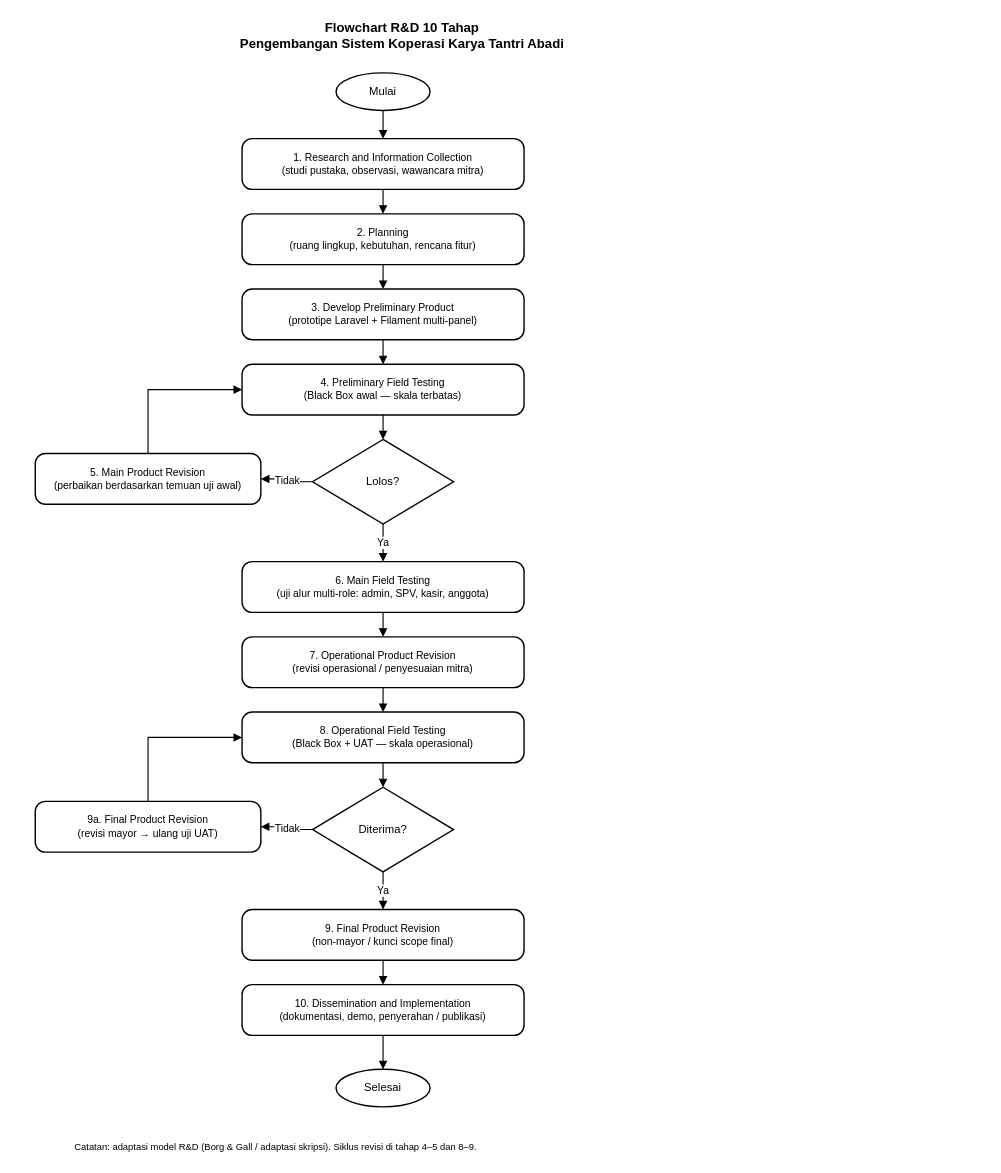
Before: assets_diagram/flowchart_rd.drawio in adrianakbar/karya_tantri_abadi, a draw.io diagram. Source tidied: cells renumbered, new cells numbered last; positions are measured from the earlier drawing's top-left corner, leaving out a move shared by most shapes. Both pictures are drawn from the tidied source at 94%, with x=0, y=0 at pixel (35, 16).
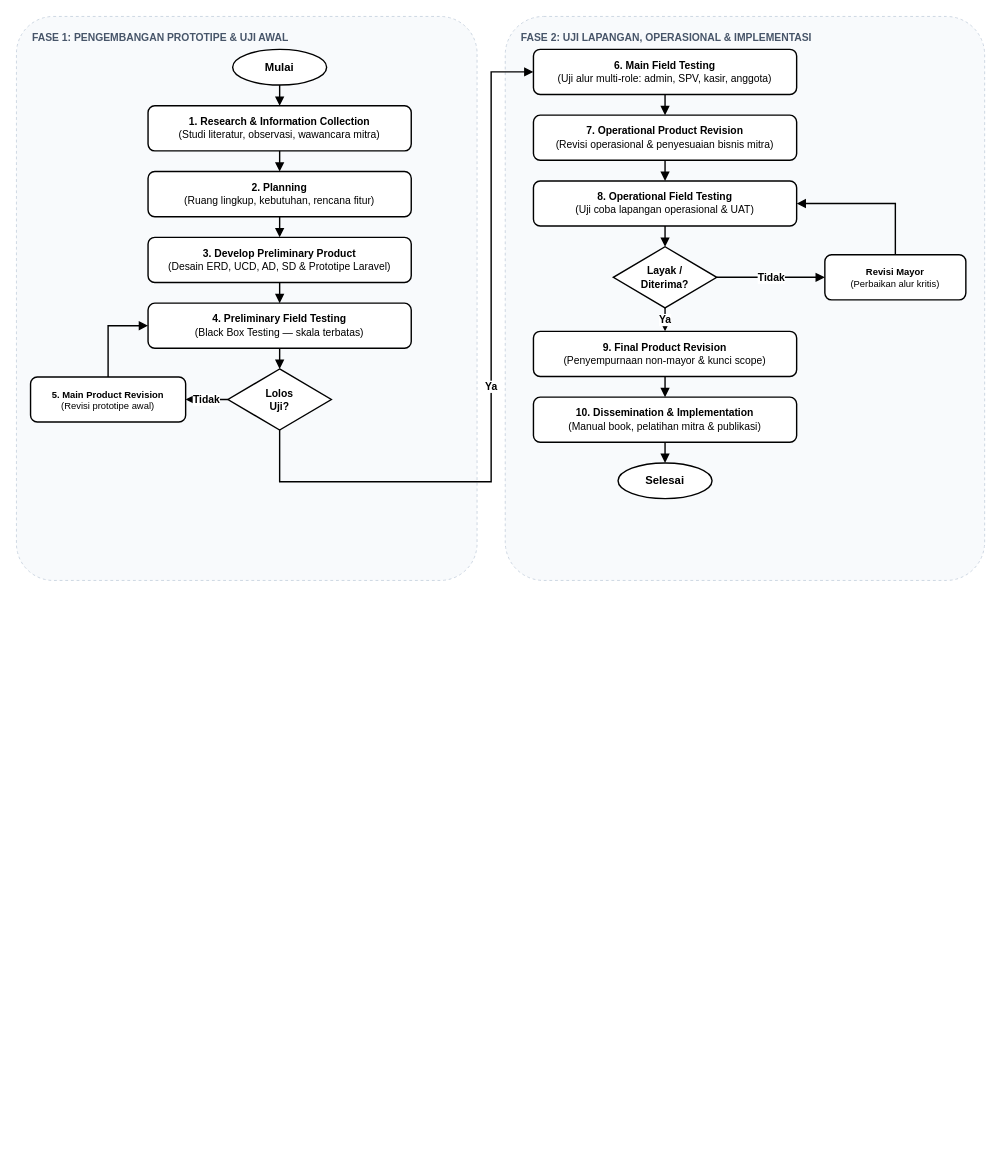
The same page after the edit.

Commit message:
docs: update flowchart rd to horizontal 2-column layout

The edit, as a diff of the source:
```diff
@@
-    <mxCell id="2" value="Flowchart R&amp;D 10 Tahap&#10;Pengembangan Sistem Koperasi Karya Tantri Abadi" style="text;html=1;strokeColor=none;fillColor=none;align=center;verticalAlign=middle;fontStyle=1;fontSize=14;fontColor=#000000;" parent="1" vertex="1">
-      <mxGeometry x="110" width="560" height="40" as="geometry" />
-    </mxCell>
+    <mxCell id="35" value="FASE 1: PENGEMBANGAN PROTOTIPE &amp; UJI AWAL" style="rounded=1;whiteSpace=wrap;html=1;arcSize=8;fillColor=#f8fafc;strokeColor=#cbd5e1;strokeWidth=1;dashed=1;verticalAlign=top;align=left;spacingLeft=15;spacingTop=10;fontSize=11;fontStyle=1;fontColor=#475569;" parent="1" vertex="1">
+      <mxGeometry x="-20" width="490" height="600" as="geometry" />
+    </mxCell>
+    <mxCell id="36" value="FASE 2: UJI LAPANGAN, OPERASIONAL &amp; IMPLEMENTASI" style="rounded=1;whiteSpace=wrap;html=1;arcSize=8;fillColor=#f8fafc;strokeColor=#cbd5e1;strokeWidth=1;dashed=1;verticalAlign=top;align=left;spacingLeft=15;spacingTop=10;fontSize=11;fontStyle=1;fontColor=#475569;" parent="1" vertex="1">
+      <mxGeometry x="500" width="510" height="600" as="geometry" />
+    </mxCell>
-    <mxCell id="3" value="Mulai" style="ellipse;whiteSpace=wrap;html=1;fillColor=#ffffff;strokeColor=#000000;strokeWidth=1.5;fontSize=12;fontColor=#000000;" parent="1" vertex="1">
-      <mxGeometry x="320" y="60" width="100" height="40" as="geometry" />
+    <mxCell id="3" value="Mulai" style="ellipse;whiteSpace=wrap;html=1;fillColor=#ffffff;strokeColor=#000000;strokeWidth=1.5;fontSize=12;fontStyle=1;fontColor=#000000;" parent="1" vertex="1">
+      <mxGeometry x="210" y="35" width="100" height="38" as="geometry" />
     </mxCell>
-    <mxCell id="4" value="1. Research and Information Collection&#10;(studi pustaka, observasi, wawancara mitra)" style="rounded=1;whiteSpace=wrap;html=1;arcSize=20;fillColor=#ffffff;strokeColor=#000000;strokeWidth=1.5;fontSize=11;fontColor=#000000;" parent="1" vertex="1">
-      <mxGeometry x="220" y="130" width="300" height="54" as="geometry" />
+    <mxCell id="4" value="&lt;b&gt;1. Research &amp;amp; Information Collection&lt;/b&gt;&lt;br&gt;(Studi literatur, observasi, wawancara mitra)" style="rounded=1;whiteSpace=wrap;html=1;arcSize=15;fillColor=#ffffff;strokeColor=#000000;strokeWidth=1.5;fontSize=11;fontColor=#000000;align=center;" parent="1" vertex="1">
+      <mxGeometry x="120" y="95" width="280" height="48" as="geometry" />
     </mxCell>
-    <mxCell id="5" value="2. Planning&#10;(ruang lingkup, kebutuhan, rencana fitur)" style="rounded=1;whiteSpace=wrap;html=1;arcSize=20;fillColor=#ffffff;strokeColor=#000000;strokeWidth=1.5;fontSize=11;fontColor=#000000;" parent="1" vertex="1">
-      <mxGeometry x="220" y="210" width="300" height="54" as="geometry" />
+    <mxCell id="5" value="&lt;b&gt;2. Planning&lt;/b&gt;&lt;br&gt;(Ruang lingkup, kebutuhan, rencana fitur)" style="rounded=1;whiteSpace=wrap;html=1;arcSize=15;fillColor=#ffffff;strokeColor=#000000;strokeWidth=1.5;fontSize=11;fontColor=#000000;align=center;" parent="1" vertex="1">
+      <mxGeometry x="120" y="165" width="280" height="48" as="geometry" />
     </mxCell>
-    <mxCell id="6" value="3. Develop Preliminary Product&#10;(prototipe Laravel + Filament multi-panel)" style="rounded=1;whiteSpace=wrap;html=1;arcSize=20;fillColor=#ffffff;strokeColor=#000000;strokeWidth=1.5;fontSize=11;fontColor=#000000;" parent="1" vertex="1">
-      <mxGeometry x="220" y="290" width="300" height="54" as="geometry" />
+    <mxCell id="6" value="&lt;b&gt;3. Develop Preliminary Product&lt;/b&gt;&lt;br&gt;(Desain ERD, UCD, AD, SD &amp;amp; Prototipe Laravel)" style="rounded=1;whiteSpace=wrap;html=1;arcSize=15;fillColor=#ffffff;strokeColor=#000000;strokeWidth=1.5;fontSize=11;fontColor=#000000;align=center;" parent="1" vertex="1">
+      <mxGeometry x="120" y="235" width="280" height="48" as="geometry" />
     </mxCell>
-    <mxCell id="7" value="4. Preliminary Field Testing&#10;(Black Box awal — skala terbatas)" style="rounded=1;whiteSpace=wrap;html=1;arcSize=20;fillColor=#ffffff;strokeColor=#000000;strokeWidth=1.5;fontSize=11;fontColor=#000000;" parent="1" vertex="1">
-      <mxGeometry x="220" y="370" width="300" height="54" as="geometry" />
+    <mxCell id="7" value="&lt;b&gt;4. Preliminary Field Testing&lt;/b&gt;&lt;br&gt;(Black Box Testing — skala terbatas)" style="rounded=1;whiteSpace=wrap;html=1;arcSize=15;fillColor=#ffffff;strokeColor=#000000;strokeWidth=1.5;fontSize=11;fontColor=#000000;align=center;" parent="1" vertex="1">
+      <mxGeometry x="120" y="305" width="280" height="48" as="geometry" />
     </mxCell>
-    <mxCell id="8" value="Lolos?" style="rhombus;whiteSpace=wrap;html=1;fillColor=#ffffff;strokeColor=#000000;strokeWidth=1.5;fontSize=12;fontColor=#000000;" parent="1" vertex="1">
-      <mxGeometry x="295" y="450" width="150" height="90" as="geometry" />
+    <mxCell id="8" value="Lolos&lt;br&gt;Uji?" style="rhombus;whiteSpace=wrap;html=1;fillColor=#ffffff;strokeColor=#000000;strokeWidth=1.5;fontSize=11;fontStyle=1;fontColor=#000000;" parent="1" vertex="1">
+      <mxGeometry x="205" y="375" width="110" height="65" as="geometry" />
     </mxCell>
-    <mxCell id="9" value="5. Main Product Revision&#10;(perbaikan berdasarkan temuan uji awal)" style="rounded=1;whiteSpace=wrap;html=1;arcSize=20;fillColor=#ffffff;strokeColor=#000000;strokeWidth=1.5;fontSize=11;fontColor=#000000;" parent="1" vertex="1">
-      <mxGeometry y="465" width="240" height="54" as="geometry" />
+    <mxCell id="9" value="&lt;b&gt;5. Main Product Revision&lt;/b&gt;&lt;br&gt;(Revisi prototipe awal)" style="rounded=1;whiteSpace=wrap;html=1;arcSize=15;fillColor=#ffffff;strokeColor=#000000;strokeWidth=1.5;fontSize=10;fontColor=#000000;align=center;" parent="1" vertex="1">
+      <mxGeometry x="-5" y="383.5" width="165" height="48" as="geometry" />
     </mxCell>
-    <mxCell id="10" value="6. Main Field Testing&#10;(uji alur multi-role: admin, SPV, kasir, anggota)" style="rounded=1;whiteSpace=wrap;html=1;arcSize=20;fillColor=#ffffff;strokeColor=#000000;strokeWidth=1.5;fontSize=11;fontColor=#000000;" parent="1" vertex="1">
-      <mxGeometry x="220" y="580" width="300" height="54" as="geometry" />
+    <mxCell id="10" value="&lt;b&gt;6. Main Field Testing&lt;/b&gt;&lt;br&gt;(Uji alur multi-role: admin, SPV, kasir, anggota)" style="rounded=1;whiteSpace=wrap;html=1;arcSize=15;fillColor=#ffffff;strokeColor=#000000;strokeWidth=1.5;fontSize=11;fontColor=#000000;align=center;" parent="1" vertex="1">
+      <mxGeometry x="530" y="35" width="280" height="48" as="geometry" />
     </mxCell>
-    <mxCell id="11" value="7. Operational Product Revision&#10;(revisi operasional / penyesuaian mitra)" style="rounded=1;whiteSpace=wrap;html=1;arcSize=20;fillColor=#ffffff;strokeColor=#000000;strokeWidth=1.5;fontSize=11;fontColor=#000000;" parent="1" vertex="1">
-      <mxGeometry x="220" y="660" width="300" height="54" as="geometry" />
+    <mxCell id="11" value="&lt;b&gt;7. Operational Product Revision&lt;/b&gt;&lt;br&gt;(Revisi operasional &amp;amp; penyesuaian bisnis mitra)" style="rounded=1;whiteSpace=wrap;html=1;arcSize=15;fillColor=#ffffff;strokeColor=#000000;strokeWidth=1.5;fontSize=11;fontColor=#000000;align=center;" parent="1" vertex="1">
+      <mxGeometry x="530" y="105" width="280" height="48" as="geometry" />
     </mxCell>
-    <mxCell id="12" value="8. Operational Field Testing&#10;(Black Box + UAT — skala operasional)" style="rounded=1;whiteSpace=wrap;html=1;arcSize=20;fillColor=#ffffff;strokeColor=#000000;strokeWidth=1.5;fontSize=11;fontColor=#000000;" parent="1" vertex="1">
-      <mxGeometry x="220" y="740" width="300" height="54" as="geometry" />
+    <mxCell id="12" value="&lt;b&gt;8. Operational Field Testing&lt;/b&gt;&lt;br&gt;(Uji coba lapangan operasional &amp;amp; UAT)" style="rounded=1;whiteSpace=wrap;html=1;arcSize=15;fillColor=#ffffff;strokeColor=#000000;strokeWidth=1.5;fontSize=11;fontColor=#000000;align=center;" parent="1" vertex="1">
+      <mxGeometry x="530" y="175" width="280" height="48" as="geometry" />
     </mxCell>
-    <mxCell id="13" value="Diterima?" style="rhombus;whiteSpace=wrap;html=1;fillColor=#ffffff;strokeColor=#000000;strokeWidth=1.5;fontSize=12;fontColor=#000000;" parent="1" vertex="1">
-      <mxGeometry x="295" y="820" width="150" height="90" as="geometry" />
+    <mxCell id="13" value="Layak /&lt;br&gt;Diterima?" style="rhombus;whiteSpace=wrap;html=1;fillColor=#ffffff;strokeColor=#000000;strokeWidth=1.5;fontSize=11;fontStyle=1;fontColor=#000000;" parent="1" vertex="1">
+      <mxGeometry x="615" y="245" width="110" height="65" as="geometry" />
     </mxCell>
-    <mxCell id="14" value="9a. Final Product Revision&#10;(revisi mayor → ulang uji UAT)" style="rounded=1;whiteSpace=wrap;html=1;arcSize=20;fillColor=#ffffff;strokeColor=#000000;strokeWidth=1.5;fontSize=11;fontColor=#000000;" parent="1" vertex="1">
-      <mxGeometry y="835" width="240" height="54" as="geometry" />
+    <mxCell id="14" value="&lt;b&gt;Revisi Mayor&lt;/b&gt;&lt;br&gt;(Perbaikan alur kritis)" style="rounded=1;whiteSpace=wrap;html=1;arcSize=15;fillColor=#ffffff;strokeColor=#000000;strokeWidth=1.5;fontSize=10;fontColor=#000000;align=center;" parent="1" vertex="1">
+      <mxGeometry x="840" y="253.5" width="150" height="48" as="geometry" />
     </mxCell>
-    <mxCell id="15" value="9. Final Product Revision&#10;(non-mayor / kunci scope final)" style="rounded=1;whiteSpace=wrap;html=1;arcSize=20;fillColor=#ffffff;strokeColor=#000000;strokeWidth=1.5;fontSize=11;fontColor=#000000;" parent="1" vertex="1">
-      <mxGeometry x="220" y="950" width="300" height="54" as="geometry" />
+    <mxCell id="15" value="&lt;b&gt;9. Final Product Revision&lt;/b&gt;&lt;br&gt;(Penyempurnaan non-mayor &amp;amp; kunci scope)" style="rounded=1;whiteSpace=wrap;html=1;arcSize=15;fillColor=#ffffff;strokeColor=#000000;strokeWidth=1.5;fontSize=11;fontColor=#000000;align=center;" parent="1" vertex="1">
+      <mxGeometry x="530" y="335" width="280" height="48" as="geometry" />
     </mxCell>
-    <mxCell id="16" value="10. Dissemination and Implementation&#10;(dokumentasi, demo, penyerahan / publikasi)" style="rounded=1;whiteSpace=wrap;html=1;arcSize=20;fillColor=#ffffff;strokeColor=#000000;strokeWidth=1.5;fontSize=11;fontColor=#000000;" parent="1" vertex="1">
-      <mxGeometry x="220" y="1030" width="300" height="54" as="geometry" />
+    <mxCell id="16" value="&lt;b&gt;10. Dissemination &amp;amp; Implementation&lt;/b&gt;&lt;br&gt;(Manual book, pelatihan mitra &amp;amp; publikasi)" style="rounded=1;whiteSpace=wrap;html=1;arcSize=15;fillColor=#ffffff;strokeColor=#000000;strokeWidth=1.5;fontSize=11;fontColor=#000000;align=center;" parent="1" vertex="1">
+      <mxGeometry x="530" y="405" width="280" height="48" as="geometry" />
     </mxCell>
-    <mxCell id="17" value="Selesai" style="ellipse;whiteSpace=wrap;html=1;fillColor=#ffffff;strokeColor=#000000;strokeWidth=1.5;fontSize=12;fontColor=#000000;" parent="1" vertex="1">
-      <mxGeometry x="320" y="1120" width="100" height="40" as="geometry" />
+    <mxCell id="17" value="Selesai" style="ellipse;whiteSpace=wrap;html=1;fillColor=#ffffff;strokeColor=#000000;strokeWidth=1.5;fontSize=12;fontStyle=1;fontColor=#000000;" parent="1" vertex="1">
+      <mxGeometry x="620" y="475" width="100" height="38" as="geometry" />
     </mxCell>
-    <mxCell id="18" style="edgeStyle=orthogonalEdgeStyle;rounded=0;html=1;endArrow=block;endFill=1;strokeColor=#000000;strokeWidth=1.2;" parent="1" edge="1" source="3" target="4">
+    <mxCell id="18" style="edgeStyle=orthogonalEdgeStyle;rounded=0;html=1;endArrow=block;endFill=1;strokeColor=#000000;strokeWidth=1.5;" parent="1" edge="1" source="3" target="4">
       <mxGeometry relative="1" as="geometry" />
     </mxCell>
-    <mxCell id="19" style="edgeStyle=orthogonalEdgeStyle;rounded=0;html=1;endArrow=block;endFill=1;strokeColor=#000000;strokeWidth=1.2;" parent="1" edge="1" source="4" target="5">
+    <mxCell id="19" style="edgeStyle=orthogonalEdgeStyle;rounded=0;html=1;endArrow=block;endFill=1;strokeColor=#000000;strokeWidth=1.5;" parent="1" edge="1" source="4" target="5">
       <mxGeometry relative="1" as="geometry" />
     </mxCell>
-    <mxCell id="20" style="edgeStyle=orthogonalEdgeStyle;rounded=0;html=1;endArrow=block;endFill=1;strokeColor=#000000;strokeWidth=1.2;" parent="1" edge="1" source="5" target="6">
+    <mxCell id="20" style="edgeStyle=orthogonalEdgeStyle;rounded=0;html=1;endArrow=block;endFill=1;strokeColor=#000000;strokeWidth=1.5;" parent="1" edge="1" source="5" target="6">
       <mxGeometry relative="1" as="geometry" />
     </mxCell>
-    <mxCell id="21" style="edgeStyle=orthogonalEdgeStyle;rounded=0;html=1;endArrow=block;endFill=1;strokeColor=#000000;strokeWidth=1.2;" parent="1" edge="1" source="6" target="7">
+    <mxCell id="21" style="edgeStyle=orthogonalEdgeStyle;rounded=0;html=1;endArrow=block;endFill=1;strokeColor=#000000;strokeWidth=1.5;" parent="1" edge="1" source="6" target="7">
       <mxGeometry relative="1" as="geometry" />
     </mxCell>
-    <mxCell id="22" style="edgeStyle=orthogonalEdgeStyle;rounded=0;html=1;endArrow=block;endFill=1;strokeColor=#000000;strokeWidth=1.2;" parent="1" edge="1" source="7" target="8">
+    <mxCell id="22" style="edgeStyle=orthogonalEdgeStyle;rounded=0;html=1;endArrow=block;endFill=1;strokeColor=#000000;strokeWidth=1.5;" parent="1" edge="1" source="7" target="8">
       <mxGeometry relative="1" as="geometry" />
     </mxCell>
-    <mxCell id="23" value="Tidak" style="edgeStyle=orthogonalEdgeStyle;rounded=0;html=1;endArrow=block;endFill=1;strokeColor=#000000;strokeWidth=1.2;fontSize=11;fontColor=#000000;" parent="1" edge="1" source="8" target="9">
+    <mxCell id="23" value="Tidak" style="edgeStyle=orthogonalEdgeStyle;rounded=0;html=1;endArrow=block;endFill=1;strokeColor=#000000;strokeWidth=1.5;fontSize=11;fontStyle=1;fontColor=#000000;" parent="1" edge="1" source="8" target="9">
       <mxGeometry relative="1" as="geometry" />
     </mxCell>
-    <mxCell id="24" style="edgeStyle=orthogonalEdgeStyle;rounded=0;html=1;endArrow=block;endFill=1;strokeColor=#000000;strokeWidth=1.2;" parent="1" edge="1" source="9" target="7">
+    <mxCell id="24" style="edgeStyle=orthogonalEdgeStyle;rounded=0;html=1;endArrow=block;endFill=1;strokeColor=#000000;strokeWidth=1.5;" parent="1" edge="1" source="9" target="7">
       <mxGeometry relative="1" as="geometry">
         <Array as="points">
-          <mxPoint x="120" y="397" />
+          <mxPoint x="77" y="329" />
         </Array>
       </mxGeometry>
     </mxCell>
-    <mxCell id="25" value="Ya" style="edgeStyle=orthogonalEdgeStyle;rounded=0;html=1;endArrow=block;endFill=1;strokeColor=#000000;strokeWidth=1.2;fontSize=11;fontColor=#000000;" parent="1" edge="1" source="8" target="10">
-      <mxGeometry relative="1" as="geometry" />
+    <mxCell id="25" value="Ya" style="edgeStyle=orthogonalEdgeStyle;rounded=0;html=1;endArrow=block;endFill=1;strokeColor=#000000;strokeWidth=1.5;fontSize=11;fontStyle=1;fontColor=#000000;" parent="1" edge="1" source="8" target="10">
+      <mxGeometry relative="1" as="geometry">
+        <Array as="points">
+          <mxPoint x="260" y="495" />
+          <mxPoint x="485" y="495" />
+          <mxPoint x="485" y="59" />
+        </Array>
+      </mxGeometry>
     </mxCell>
-    <mxCell id="26" style="edgeStyle=orthogonalEdgeStyle;rounded=0;html=1;endArrow=block;endFill=1;strokeColor=#000000;strokeWidth=1.2;" parent="1" edge="1" source="10" target="11">
+    <mxCell id="26" style="edgeStyle=orthogonalEdgeStyle;rounded=0;html=1;endArrow=block;endFill=1;strokeColor=#000000;strokeWidth=1.5;" parent="1" edge="1" source="10" target="11">
       <mxGeometry relative="1" as="geometry" />
     </mxCell>
-    <mxCell id="27" style="edgeStyle=orthogonalEdgeStyle;rounded=0;html=1;endArrow=block;endFill=1;strokeColor=#000000;strokeWidth=1.2;" parent="1" edge="1" source="11" target="12">
+    <mxCell id="27" style="edgeStyle=orthogonalEdgeStyle;rounded=0;html=1;endArrow=block;endFill=1;strokeColor=#000000;strokeWidth=1.5;" parent="1" edge="1" source="11" target="12">
       <mxGeometry relative="1" as="geometry" />
     </mxCell>
-    <mxCell id="28" style="edgeStyle=orthogonalEdgeStyle;rounded=0;html=1;endArrow=block;endFill=1;strokeColor=#000000;strokeWidth=1.2;" parent="1" edge="1" source="12" target="13">
+    <mxCell id="28" style="edgeStyle=orthogonalEdgeStyle;rounded=0;html=1;endArrow=block;endFill=1;strokeColor=#000000;strokeWidth=1.5;" parent="1" edge="1" source="12" target="13">
       <mxGeometry relative="1" as="geometry" />
     </mxCell>
-    <mxCell id="29" value="Tidak" style="edgeStyle=orthogonalEdgeStyle;rounded=0;html=1;endArrow=block;endFill=1;strokeColor=#000000;strokeWidth=1.2;fontSize=11;fontColor=#000000;" parent="1" edge="1" source="13" target="14">
+    <mxCell id="29" value="Tidak" style="edgeStyle=orthogonalEdgeStyle;rounded=0;html=1;endArrow=block;endFill=1;strokeColor=#000000;strokeWidth=1.5;fontSize=11;fontStyle=1;fontColor=#000000;" parent="1" edge="1" source="13" target="14">
       <mxGeometry relative="1" as="geometry" />
     </mxCell>
-    <mxCell id="30" style="edgeStyle=orthogonalEdgeStyle;rounded=0;html=1;endArrow=block;endFill=1;strokeColor=#000000;strokeWidth=1.2;" parent="1" edge="1" source="14" target="12">
+    <mxCell id="30" style="edgeStyle=orthogonalEdgeStyle;rounded=0;html=1;endArrow=block;endFill=1;strokeColor=#000000;strokeWidth=1.5;" parent="1" edge="1" source="14" target="12">
       <mxGeometry relative="1" as="geometry">
         <Array as="points">
-          <mxPoint x="120" y="767" />
+          <mxPoint x="915" y="199" />
         </Array>
       </mxGeometry>
     </mxCell>
-    <mxCell id="31" value="Ya" style="edgeStyle=orthogonalEdgeStyle;rounded=0;html=1;endArrow=block;endFill=1;strokeColor=#000000;strokeWidth=1.2;fontSize=11;fontColor=#000000;" parent="1" edge="1" source="13" target="15">
+    <mxCell id="31" value="Ya" style="edgeStyle=orthogonalEdgeStyle;rounded=0;html=1;endArrow=block;endFill=1;strokeColor=#000000;strokeWidth=1.5;fontSize=11;fontStyle=1;fontColor=#000000;" parent="1" edge="1" source="13" target="15">
       <mxGeometry relative="1" as="geometry" />
     </mxCell>
-    <mxCell id="32" style="edgeStyle=orthogonalEdgeStyle;rounded=0;html=1;endArrow=block;endFill=1;strokeColor=#000000;strokeWidth=1.2;" parent="1" edge="1" source="15" target="16">
+    <mxCell id="32" style="edgeStyle=orthogonalEdgeStyle;rounded=0;html=1;endArrow=block;endFill=1;strokeColor=#000000;strokeWidth=1.5;" parent="1" edge="1" source="15" target="16">
       <mxGeometry relative="1" as="geometry" />
     </mxCell>
-    <mxCell id="33" style="edgeStyle=orthogonalEdgeStyle;rounded=0;html=1;endArrow=block;endFill=1;strokeColor=#000000;strokeWidth=1.2;" parent="1" edge="1" source="16" target="17">
+    <mxCell id="33" style="edgeStyle=orthogonalEdgeStyle;rounded=0;html=1;endArrow=block;endFill=1;strokeColor=#000000;strokeWidth=1.5;" parent="1" edge="1" source="16" target="17">
       <mxGeometry relative="1" as="geometry" />
     </mxCell>
-    <mxCell id="34" value="Catatan: adaptasi model R&amp;D (Borg &amp; Gall / adaptasi skripsi). Siklus revisi di tahap 4–5 dan 8–9." style="text;html=1;strokeColor=none;fillColor=none;align=left;fontSize=10;fontColor=#000000;" parent="1" vertex="1">
-      <mxGeometry x="40" y="1190" width="700" height="24" as="geometry" />
-    </mxCell>
```
